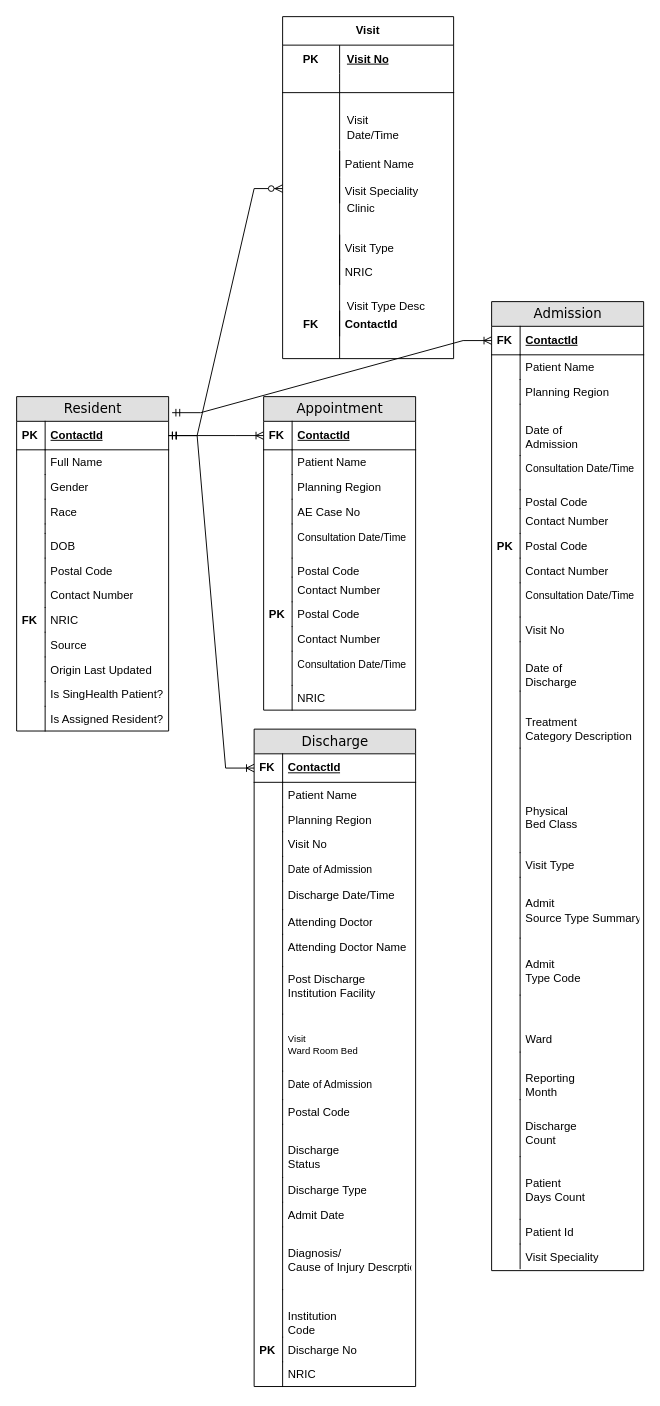
Above: Design/eHints Entity Relationship Test.drawio in pavanmanideep/Tools (draw.io), before the change. Source tidied: cells renumbered, new cells numbered last; positions are measured from the earlier drawing's top-left corner, leaving out a move shared by most shapes. Both pictures are drawn from the tidied source at 95%, with x=0, y=0 at pixel (16, 16).
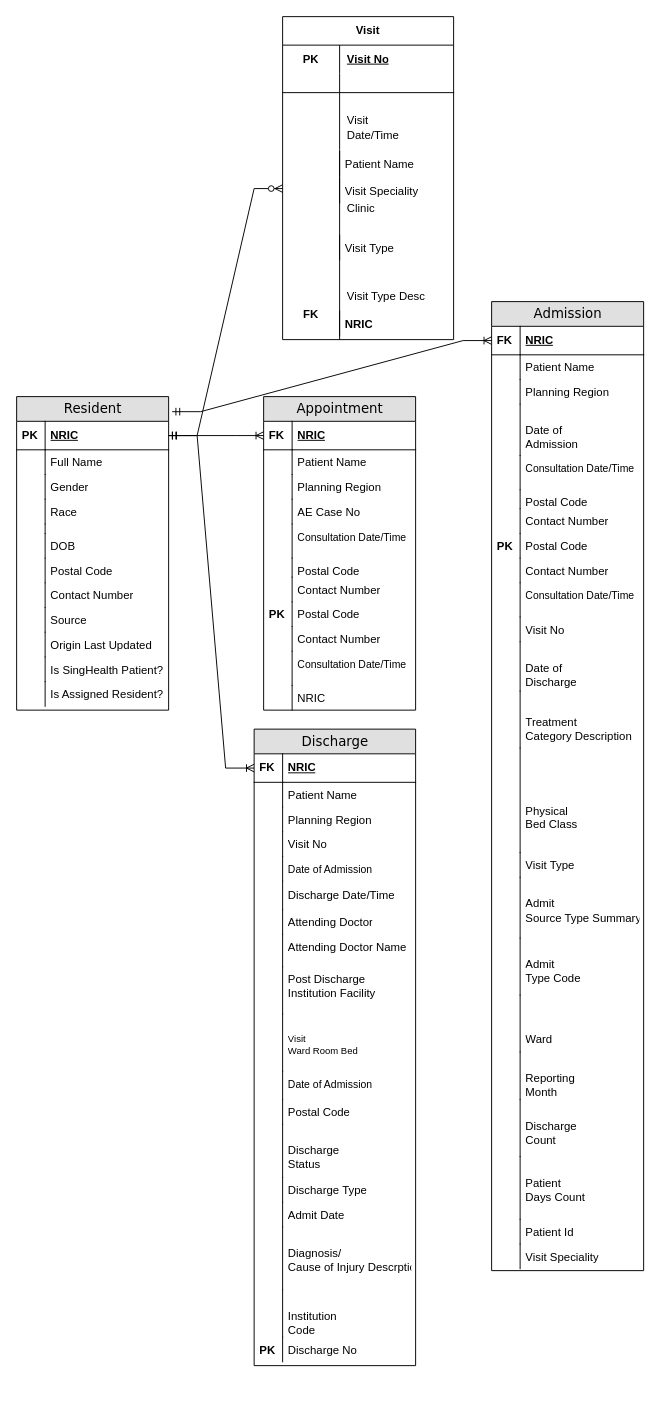
The same diagram, later.

The change refers to these unchanged cells:
```xml
<mxCell id="29" value="Appointment" style="swimlane;html=1;fontStyle=0;horizontal=1;startSize=26;fillColor=#e0e0e0;swimlaneFillColor=#ffffff;align=center;rounded=0;shadow=0;comic=0;labelBackgroundColor=none;strokeWidth=1;fontFamily=Verdana;fontSize=14;" parent="1" vertex="1">
  <mxGeometry x="260" y="400" width="160" height="330" as="geometry" />
</mxCell>
<mxCell id="116" value="Admission" style="swimlane;html=1;fontStyle=0;horizontal=1;startSize=26;fillColor=#e0e0e0;swimlaneFillColor=#ffffff;align=center;rounded=0;shadow=0;comic=0;labelBackgroundColor=none;strokeWidth=1;fontFamily=Verdana;fontSize=14;" parent="1" vertex="1">
  <mxGeometry x="500" y="300" width="160" height="1020" as="geometry" />
</mxCell>
```

The edit, as a diff of the source:
```diff
@@
     <mxCell id="2" value="Resident" style="swimlane;html=1;fontStyle=0;horizontal=1;startSize=26;fillColor=#e0e0e0;swimlaneFillColor=#ffffff;align=center;rounded=0;shadow=0;comic=0;labelBackgroundColor=none;strokeWidth=1;fontFamily=Verdana;fontSize=14;" parent="1" vertex="1">
-      <mxGeometry y="400" width="160" height="352" as="geometry" />
+      <mxGeometry y="400" width="160" height="330" as="geometry" />
     </mxCell>
-    <mxCell id="3" value="ContactId" style="shape=partialRectangle;top=0;left=0;right=0;bottom=1;html=1;align=left;verticalAlign=middle;fillColor=none;spacingLeft=34;spacingRight=4;whiteSpace=wrap;overflow=hidden;points=[[0,0.5],[1,0.5]];portConstraint=eastwest;fontStyle=5;" parent="2" vertex="1">
+    <mxCell id="3" value="NRIC" style="shape=partialRectangle;top=0;left=0;right=0;bottom=1;html=1;align=left;verticalAlign=middle;fillColor=none;spacingLeft=34;spacingRight=4;whiteSpace=wrap;overflow=hidden;points=[[0,0.5],[1,0.5]];portConstraint=eastwest;fontStyle=5;" parent="2" vertex="1">
       <mxGeometry y="26" width="160" height="30" as="geometry" />
     </mxCell>
@@
-    <mxCell id="19" value="NRIC" style="shape=partialRectangle;top=0;left=0;right=0;bottom=0;html=1;align=left;verticalAlign=top;fillColor=none;spacingLeft=34;spacingRight=4;whiteSpace=wrap;overflow=hidden;" parent="2" vertex="1">
-      <mxGeometry y="222" width="160" height="26" as="geometry" />
-    </mxCell>
-    <mxCell id="20" value="&lt;b&gt;FK&lt;/b&gt;" style="shape=partialRectangle;top=0;left=0;bottom=0;html=1;fillColor=none;align=left;verticalAlign=top;spacingLeft=4;spacingRight=4;whiteSpace=wrap;overflow=hidden;" parent="19" vertex="1">
-      <mxGeometry width="30" height="26" as="geometry" />
-    </mxCell>
     <mxCell id="21" value="Source" style="shape=partialRectangle;top=0;left=0;right=0;bottom=0;html=1;align=left;verticalAlign=top;fillColor=none;spacingLeft=34;spacingRight=4;whiteSpace=wrap;overflow=hidden;" parent="2" vertex="1">
-      <mxGeometry y="248" width="160" height="26" as="geometry" />
+      <mxGeometry y="222" width="160" height="26" as="geometry" />
     </mxCell>
@@
     <mxCell id="23" value="Origin Last Updated" style="shape=partialRectangle;top=0;left=0;right=0;bottom=0;html=1;align=left;verticalAlign=top;fillColor=none;spacingLeft=34;spacingRight=4;whiteSpace=wrap;overflow=hidden;" parent="2" vertex="1">
-      <mxGeometry y="274" width="160" height="26" as="geometry" />
+      <mxGeometry y="248" width="160" height="26" as="geometry" />
     </mxCell>
@@
     <mxCell id="25" value="Is SingHealth Patient?" style="shape=partialRectangle;top=0;left=0;right=0;bottom=0;html=1;align=left;verticalAlign=top;fillColor=none;spacingLeft=34;spacingRight=4;whiteSpace=wrap;overflow=hidden;" parent="2" vertex="1">
-      <mxGeometry y="300" width="160" height="26" as="geometry" />
+      <mxGeometry y="274" width="160" height="26" as="geometry" />
     </mxCell>
@@
     <mxCell id="27" value="Is Assigned Resident?" style="shape=partialRectangle;top=0;left=0;right=0;bottom=0;html=1;align=left;verticalAlign=top;fillColor=none;spacingLeft=34;spacingRight=4;whiteSpace=wrap;overflow=hidden;" parent="2" vertex="1">
-      <mxGeometry y="326" width="160" height="26" as="geometry" />
+      <mxGeometry y="300" width="160" height="26" as="geometry" />
     </mxCell>
@@
-    <mxCell id="30" value="ContactId" style="shape=partialRectangle;top=0;left=0;right=0;bottom=1;html=1;align=left;verticalAlign=middle;fillColor=none;spacingLeft=34;spacingRight=4;whiteSpace=wrap;overflow=hidden;points=[[0,0.5],[1,0.5]];portConstraint=eastwest;fontStyle=5;" parent="29" vertex="1">
+    <mxCell id="30" value="NRIC" style="shape=partialRectangle;top=0;left=0;right=0;bottom=1;html=1;align=left;verticalAlign=middle;fillColor=none;spacingLeft=34;spacingRight=4;whiteSpace=wrap;overflow=hidden;points=[[0,0.5],[1,0.5]];portConstraint=eastwest;fontStyle=5;" parent="29" vertex="1">
       <mxGeometry y="26" width="160" height="30" as="geometry" />
     </mxCell>
@@
     <mxCell id="52" value="Discharge" style="swimlane;html=1;fontStyle=0;horizontal=1;startSize=26;fillColor=#e0e0e0;swimlaneFillColor=#ffffff;align=center;rounded=0;shadow=0;comic=0;labelBackgroundColor=none;strokeWidth=1;fontFamily=Verdana;fontSize=14;" parent="1" vertex="1">
-      <mxGeometry x="250" y="750" width="170" height="692" as="geometry" />
+      <mxGeometry x="250" y="750" width="170" height="670" as="geometry" />
     </mxCell>
-    <mxCell id="53" value="ContactId" style="shape=partialRectangle;top=0;left=0;right=0;bottom=1;html=1;align=left;verticalAlign=middle;fillColor=none;spacingLeft=34;spacingRight=4;whiteSpace=wrap;overflow=hidden;points=[[0,0.5],[1,0.5]];portConstraint=eastwest;fontStyle=5;" parent="52" vertex="1">
+    <mxCell id="53" value="NRIC" style="shape=partialRectangle;top=0;left=0;right=0;bottom=1;html=1;align=left;verticalAlign=middle;fillColor=none;spacingLeft=34;spacingRight=4;whiteSpace=wrap;overflow=hidden;points=[[0,0.5],[1,0.5]];portConstraint=eastwest;fontStyle=5;" parent="52" vertex="1">
       <mxGeometry y="26" width="170" height="30" as="geometry" />
     </mxCell>
@@
-    <mxCell id="89" value="NRIC" style="shape=partialRectangle;top=0;left=0;right=0;bottom=0;html=1;align=left;verticalAlign=top;fillColor=none;spacingLeft=34;spacingRight=4;whiteSpace=wrap;overflow=hidden;" parent="52" vertex="1">
-      <mxGeometry y="666" width="170" height="26" as="geometry" />
-    </mxCell>
-    <mxCell id="90" style="shape=partialRectangle;top=0;left=0;bottom=0;html=1;fillColor=none;align=left;verticalAlign=top;spacingLeft=4;spacingRight=4;whiteSpace=wrap;overflow=hidden;" parent="89" vertex="1">
-      <mxGeometry width="30" height="26" as="geometry" />
-    </mxCell>
@@
     <mxCell id="94" value="Visit" style="shape=table;startSize=30;childLayout=tableLayout;rowLines=0;fontStyle=1;align=center;html=1;whiteSpace=wrap;" parent="1" vertex="1">
-      <mxGeometry x="280" width="180" height="360" as="geometry" />
+      <mxGeometry x="280" width="180" height="340" as="geometry" />
     </mxCell>
@@
     <mxCell id="107" style="shape=tableRow;horizontal=0;startSize=0;swimlaneHead=0;swimlaneBody=0;fillColor=none;top=0;left=0;right=0;bottom=0;html=1;" parent="94" vertex="1">
-      <mxGeometry y="230" width="180" height="130" as="geometry" />
+      <mxGeometry y="230" width="180" height="110" as="geometry" />
     </mxCell>
     <mxCell id="108" value="&lt;b&gt;&lt;br&gt;&lt;br&gt;&lt;br&gt;&lt;br&gt;FK&lt;/b&gt;" style="shape=partialRectangle;fillColor=none;top=0;left=0;bottom=0;right=0;overflow=hidden;html=1;whiteSpace=wrap;" parent="107" vertex="1">
-      <mxGeometry width="60" height="130" as="geometry" />
+      <mxGeometry width="60" height="110" as="geometry" />
     </mxCell>
     <mxCell id="109" value="&lt;table style=&quot;border-collapse:&lt;br/&gt; collapse;width:179pt&quot; width=&quot;238&quot; cellspacing=&quot;0&quot; cellpadding=&quot;0&quot; border=&quot;0&quot;&gt;&lt;tbody&gt;&lt;tr style=&quot;height:14.5pt&quot; height=&quot;19&quot;&gt;&lt;td style=&quot;height:14.5pt;width:179pt&quot; width=&quot;238&quot; class=&quot;xl65&quot; height=&quot;19&quot;&gt;&lt;/td&gt;&lt;/tr&gt;&lt;/tbody&gt;&lt;/table&gt;Visit Type Desc" style="shape=partialRectangle;fillColor=none;top=0;left=0;bottom=0;right=0;align=left;spacingLeft=6;overflow=hidden;html=1;whiteSpace=wrap;" parent="107" vertex="1">
-      <mxGeometry x="60" width="120" height="130" as="geometry" />
+      <mxGeometry x="60" width="120" height="110" as="geometry" />
     </mxCell>
@@
-    <mxCell id="117" value="ContactId" style="shape=partialRectangle;top=0;left=0;right=0;bottom=1;html=1;align=left;verticalAlign=middle;fillColor=none;spacingLeft=34;spacingRight=4;whiteSpace=wrap;overflow=hidden;points=[[0,0.5],[1,0.5]];portConstraint=eastwest;fontStyle=5;" parent="116" vertex="1">
+    <mxCell id="117" value="NRIC" style="shape=partialRectangle;top=0;left=0;right=0;bottom=1;html=1;align=left;verticalAlign=middle;fillColor=none;spacingLeft=34;spacingRight=4;whiteSpace=wrap;overflow=hidden;points=[[0,0.5],[1,0.5]];portConstraint=eastwest;fontStyle=5;" parent="116" vertex="1">
       <mxGeometry y="26" width="160" height="30" as="geometry" />
     </mxCell>
@@
-    <mxCell id="164" value="&lt;b&gt;ContactId&lt;/b&gt;" style="shape=partialRectangle;top=0;left=0;right=0;bottom=0;html=1;align=left;verticalAlign=top;fillColor=none;spacingLeft=34;spacingRight=4;whiteSpace=wrap;overflow=hidden;" parent="1" vertex="1">
+    <mxCell id="164" value="&lt;b&gt;NRIC&lt;/b&gt;" style="shape=partialRectangle;top=0;left=0;right=0;bottom=0;html=1;align=left;verticalAlign=top;fillColor=none;spacingLeft=34;spacingRight=4;whiteSpace=wrap;overflow=hidden;" parent="1" vertex="1">
       <mxGeometry x="310" y="310" width="160" height="26" as="geometry" />
     </mxCell>
@@
-    <mxCell id="166" value="NRIC" style="shape=partialRectangle;top=0;left=0;right=0;bottom=0;html=1;align=left;verticalAlign=top;fillColor=none;spacingLeft=34;spacingRight=4;whiteSpace=wrap;overflow=hidden;" parent="1" vertex="1">
-      <mxGeometry x="310" y="256" width="160" height="26" as="geometry" />
-    </mxCell>
-    <mxCell id="167" style="shape=partialRectangle;top=0;left=0;bottom=0;html=1;fillColor=none;align=left;verticalAlign=top;spacingLeft=4;spacingRight=4;whiteSpace=wrap;overflow=hidden;" parent="166" vertex="1">
-      <mxGeometry width="30" height="26" as="geometry" />
-    </mxCell>
```
